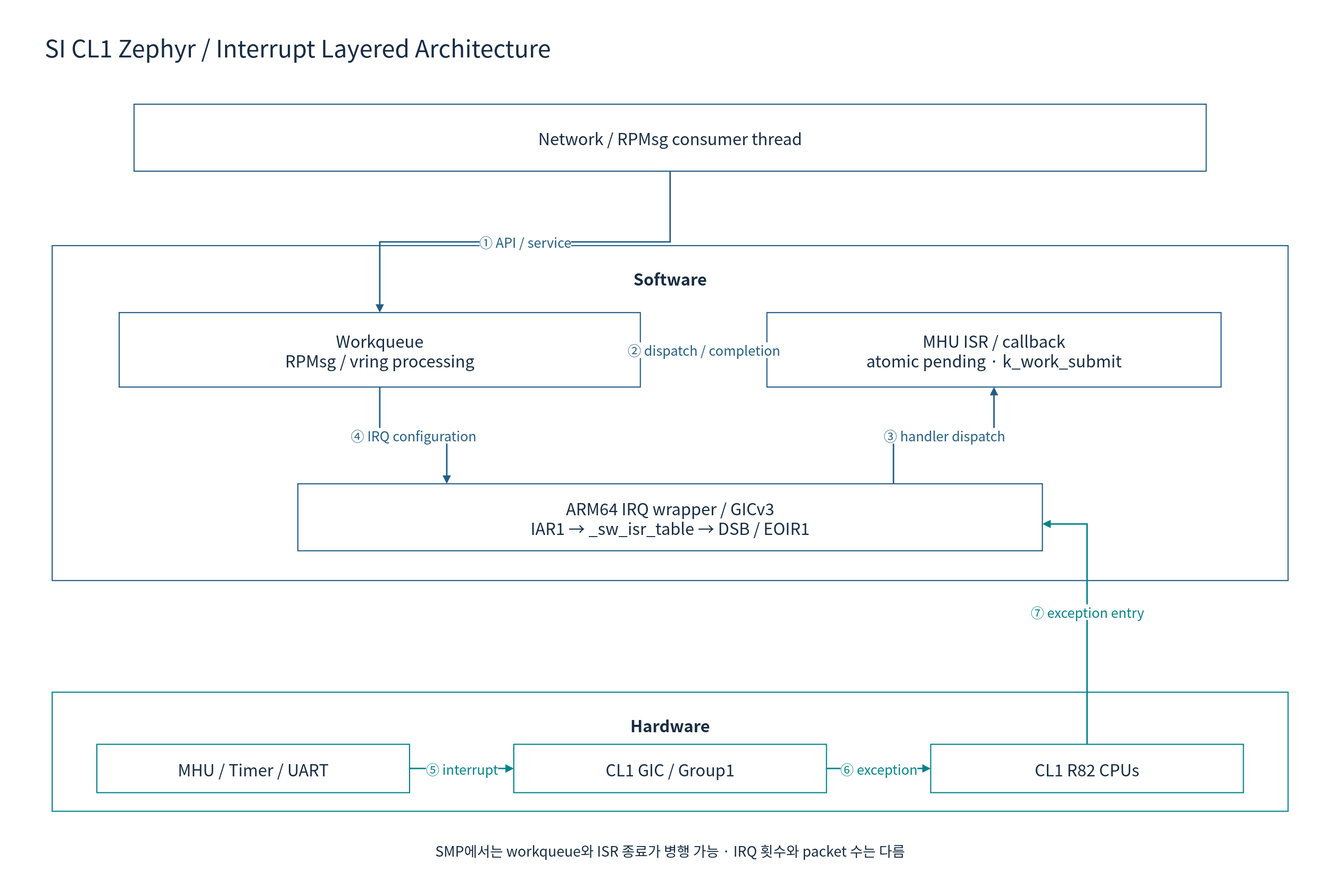
Earlier version of the draw.io export doc/phase1/interrupt/diagrams/08f-zephyr-software.drawio.svg (cometzero/project-apollo). Source tidied: cells renumbered, new cells last; positions are measured from the earlier drawing's top-left corner, leaving out a move shared by most shapes.
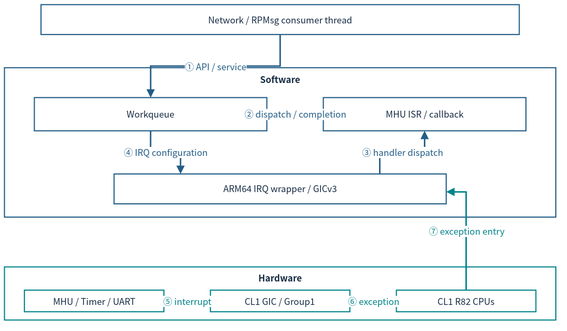
After the commit.

Diff of the diagram source:
```diff
@@ -2,62 +2,53 @@
   <root>
     <mxCell id="0" />
     <mxCell id="1" parent="0" />
-    <mxCell id="2" style="rounded=0;whiteSpace=wrap;html=1;fillColor=#FFFFFF;strokeColor=none;strokeWidth=1.5;fontColor=#172C43;fontFamily=Noto Sans CJK KR;fontSize=22;spacing=10;" parent="1" vertex="1">
-      <mxGeometry width="1800" height="1180" as="geometry" />
-    </mxCell>
-    <mxCell id="3" value="SI CL1 Zephyr / Interrupt Layered Architecture" style="rounded=0;whiteSpace=wrap;html=1;fillColor=#FFFFFF;strokeColor=none;strokeWidth=1.5;fontColor=#172C43;fontFamily=Noto Sans CJK KR;fontSize=22;spacing=10;fontSize=32;align=left;" parent="1" vertex="1">
-      <mxGeometry x="50" y="30" width="1700" height="65" as="geometry" />
-    </mxCell>
-    <mxCell id="4" value="Network / RPMsg consumer thread" style="rounded=0;whiteSpace=wrap;html=1;fillColor=#FFFFFF;strokeColor=#235D86;strokeWidth=1.5;fontColor=#172C43;fontFamily=Noto Sans CJK KR;fontSize=22;spacing=10;" parent="1" vertex="1">
-      <mxGeometry x="180" y="140" width="1440" height="90" as="geometry" />
+    <mxCell id="4" value="Network / RPMsg consumer thread" style="rounded=0;whiteSpace=wrap;html=1;fillColor=#FFFFFF;strokeColor=#235D86;strokeWidth=1.5;fontColor=#172C43;fontFamily=Noto Sans CJK KR;fontSize=12;spacing=3;whiteSpace=wrap;" parent="1" vertex="1">
+      <mxGeometry x="61" y="12" width="641.9" height="40.1" as="geometry" />
     </mxCell>
-    <mxCell id="5" value="Software" style="rounded=0;whiteSpace=wrap;html=1;fillColor=#FFFFFF;strokeColor=#235D86;strokeWidth=1.5;fontColor=#172C43;fontFamily=Noto Sans CJK KR;fontSize=22;spacing=10;verticalAlign=top;fontStyle=1;spacingTop=16;" parent="1" vertex="1">
-      <mxGeometry x="70" y="330" width="1660" height="450" as="geometry" />
+    <mxCell id="5" value="Software" style="rounded=0;whiteSpace=wrap;html=1;fillColor=#FFFFFF;strokeColor=#235D86;strokeWidth=1.5;fontColor=#172C43;fontFamily=Noto Sans CJK KR;verticalAlign=top;fontStyle=1;fontSize=12;spacing=3;whiteSpace=wrap;" parent="1" vertex="1">
+      <mxGeometry x="12" y="96.7" width="740" height="200.6" as="geometry" />
     </mxCell>
-    <mxCell id="6" value="Workqueue&#10;RPMsg / vring processing" style="rounded=0;whiteSpace=wrap;html=1;fillColor=#FFFFFF;strokeColor=#235D86;strokeWidth=1.5;fontColor=#172C43;fontFamily=Noto Sans CJK KR;fontSize=22;spacing=10;" parent="1" vertex="1">
-      <mxGeometry x="160" y="420" width="700" height="100" as="geometry" />
+    <mxCell id="6" value="Workqueue" style="rounded=0;whiteSpace=wrap;html=1;fillColor=#FFFFFF;strokeColor=#235D86;strokeWidth=1.5;fontColor=#172C43;fontFamily=Noto Sans CJK KR;fontSize=12;spacing=3;whiteSpace=wrap;" parent="1" vertex="1">
+      <mxGeometry x="52.1" y="136.8" width="312.1" height="44.6" as="geometry" />
     </mxCell>
-    <mxCell id="7" value="MHU ISR / callback&#10;atomic pending · k_work_submit" style="rounded=0;whiteSpace=wrap;html=1;fillColor=#FFFFFF;strokeColor=#235D86;strokeWidth=1.5;fontColor=#172C43;fontFamily=Noto Sans CJK KR;fontSize=22;spacing=10;" parent="1" vertex="1">
-      <mxGeometry x="1030" y="420" width="610" height="100" as="geometry" />
+    <mxCell id="7" value="MHU ISR / callback" style="rounded=0;whiteSpace=wrap;html=1;fillColor=#FFFFFF;strokeColor=#235D86;strokeWidth=1.5;fontColor=#172C43;fontFamily=Noto Sans CJK KR;fontSize=12;spacing=3;whiteSpace=wrap;" parent="1" vertex="1">
+      <mxGeometry x="439.9" y="136.8" width="271.9" height="44.6" as="geometry" />
     </mxCell>
-    <mxCell id="8" value="ARM64 IRQ wrapper / GICv3&#10;IAR1 → _sw_isr_table → DSB / EOIR1" style="rounded=0;whiteSpace=wrap;html=1;fillColor=#FFFFFF;strokeColor=#235D86;strokeWidth=1.5;fontColor=#172C43;fontFamily=Noto Sans CJK KR;fontSize=22;spacing=10;" parent="1" vertex="1">
-      <mxGeometry x="400" y="650" width="1000" height="90" as="geometry" />
+    <mxCell id="8" value="ARM64 IRQ wrapper / GICv3" style="rounded=0;whiteSpace=wrap;html=1;fillColor=#FFFFFF;strokeColor=#235D86;strokeWidth=1.5;fontColor=#172C43;fontFamily=Noto Sans CJK KR;fontSize=12;spacing=3;whiteSpace=wrap;" parent="1" vertex="1">
+      <mxGeometry x="159.1" y="239.3" width="445.8" height="40.1" as="geometry" />
     </mxCell>
-    <mxCell id="9" value="① API / service" style="edgeStyle=orthogonalEdgeStyle;rounded=0;html=1;endArrow=block;endFill=1;strokeWidth=2;strokeColor=#235D86;fontColor=#235D86;fontFamily=Noto Sans CJK KR;fontSize=18;labelBackgroundColor=#FFFFFF;" parent="1" edge="1" source="4" target="6">
+    <mxCell id="9" value="① API / service" style="edgeStyle=orthogonalEdgeStyle;rounded=0;html=1;endArrow=block;endFill=1;strokeWidth=2;strokeColor=#235D86;fontColor=#235D86;fontFamily=Noto Sans CJK KR;labelBackgroundColor=#FFFFFF;fontSize=12;spacing=3;whiteSpace=nowrap;" parent="1" edge="1" source="4" target="6">
       <mxGeometry relative="1" as="geometry" />
     </mxCell>
-    <mxCell id="10" value="② dispatch / completion" style="edgeStyle=orthogonalEdgeStyle;rounded=0;html=1;endArrow=block;endFill=1;strokeWidth=2;strokeColor=#235D86;fontColor=#235D86;fontFamily=Noto Sans CJK KR;fontSize=18;labelBackgroundColor=#FFFFFF;" parent="1" edge="1" source="7" target="6">
+    <mxCell id="10" value="② dispatch / completion" style="edgeStyle=orthogonalEdgeStyle;rounded=0;html=1;endArrow=block;endFill=1;strokeWidth=2;strokeColor=#235D86;fontColor=#235D86;fontFamily=Noto Sans CJK KR;labelBackgroundColor=#FFFFFF;fontSize=12;spacing=3;whiteSpace=nowrap;" parent="1" edge="1" source="7" target="6">
       <mxGeometry relative="1" as="geometry" />
     </mxCell>
-    <mxCell id="11" value="③ handler dispatch" style="edgeStyle=orthogonalEdgeStyle;rounded=0;html=1;endArrow=block;endFill=1;strokeWidth=2;strokeColor=#235D86;fontColor=#235D86;fontFamily=Noto Sans CJK KR;fontSize=18;labelBackgroundColor=#FFFFFF;exitX=0.8;exitY=0;entryX=0.5;entryY=1;" parent="1" edge="1" source="8" target="7">
+    <mxCell id="11" value="③ handler dispatch" style="edgeStyle=orthogonalEdgeStyle;rounded=0;html=1;endArrow=block;endFill=1;strokeWidth=2;strokeColor=#235D86;fontColor=#235D86;fontFamily=Noto Sans CJK KR;labelBackgroundColor=#FFFFFF;exitX=0.8;exitY=0;entryX=0.5;entryY=1;fontSize=12;spacing=3;whiteSpace=nowrap;" parent="1" edge="1" source="8" target="7">
       <mxGeometry relative="1" as="geometry" />
     </mxCell>
-    <mxCell id="12" value="④ IRQ configuration" style="edgeStyle=orthogonalEdgeStyle;rounded=0;html=1;endArrow=block;endFill=1;strokeWidth=2;strokeColor=#235D86;fontColor=#235D86;fontFamily=Noto Sans CJK KR;fontSize=18;labelBackgroundColor=#FFFFFF;exitX=0.5;exitY=1;entryX=0.2;entryY=0;" parent="1" edge="1" source="6" target="8">
+    <mxCell id="12" value="④ IRQ configuration" style="edgeStyle=orthogonalEdgeStyle;rounded=0;html=1;endArrow=block;endFill=1;strokeWidth=2;strokeColor=#235D86;fontColor=#235D86;fontFamily=Noto Sans CJK KR;labelBackgroundColor=#FFFFFF;exitX=0.5;exitY=1;entryX=0.2;entryY=0;fontSize=12;spacing=3;whiteSpace=nowrap;" parent="1" edge="1" source="6" target="8">
       <mxGeometry relative="1" as="geometry" />
     </mxCell>
-    <mxCell id="13" value="Hardware" style="rounded=0;whiteSpace=wrap;html=1;fillColor=#FFFFFF;strokeColor=#00838A;strokeWidth=1.5;fontColor=#172C43;fontFamily=Noto Sans CJK KR;fontSize=22;spacing=10;verticalAlign=top;fontStyle=1;spacingTop=16;" parent="1" vertex="1">
-      <mxGeometry x="70" y="930" width="1660" height="160" as="geometry" />
+    <mxCell id="13" value="Hardware" style="rounded=0;whiteSpace=wrap;html=1;fillColor=#FFFFFF;strokeColor=#00838A;strokeWidth=1.5;fontColor=#172C43;fontFamily=Noto Sans CJK KR;verticalAlign=top;fontStyle=1;fontSize=12;spacing=3;whiteSpace=wrap;" parent="1" vertex="1">
+      <mxGeometry x="12" y="364.2" width="740" height="71.3" as="geometry" />
     </mxCell>
-    <mxCell id="14" value="MHU / Timer / UART" style="rounded=0;whiteSpace=wrap;html=1;fillColor=#FFFFFF;strokeColor=#00838A;strokeWidth=1.5;fontColor=#172C43;fontFamily=Noto Sans CJK KR;fontSize=22;spacing=10;" parent="1" vertex="1">
-      <mxGeometry x="130" y="1000" width="420" height="65" as="geometry" />
+    <mxCell id="14" value="MHU / Timer / UART" style="rounded=0;whiteSpace=wrap;html=1;fillColor=#FFFFFF;strokeColor=#00838A;strokeWidth=1.5;fontColor=#172C43;fontFamily=Noto Sans CJK KR;fontSize=12;spacing=3;whiteSpace=wrap;" parent="1" vertex="1">
+      <mxGeometry x="38.8" y="395.4" width="187.2" height="29" as="geometry" />
     </mxCell>
-    <mxCell id="15" value="CL1 GIC / Group1" style="rounded=0;whiteSpace=wrap;html=1;fillColor=#FFFFFF;strokeColor=#00838A;strokeWidth=1.5;fontColor=#172C43;fontFamily=Noto Sans CJK KR;fontSize=22;spacing=10;" parent="1" vertex="1">
-      <mxGeometry x="690" y="1000" width="420" height="65" as="geometry" />
+    <mxCell id="15" value="CL1 GIC / Group1" style="rounded=0;whiteSpace=wrap;html=1;fillColor=#FFFFFF;strokeColor=#00838A;strokeWidth=1.5;fontColor=#172C43;fontFamily=Noto Sans CJK KR;fontSize=12;spacing=3;whiteSpace=wrap;" parent="1" vertex="1">
+      <mxGeometry x="288.4" y="395.4" width="187.2" height="29" as="geometry" />
     </mxCell>
-    <mxCell id="16" value="CL1 R82 CPUs" style="rounded=0;whiteSpace=wrap;html=1;fillColor=#FFFFFF;strokeColor=#00838A;strokeWidth=1.5;fontColor=#172C43;fontFamily=Noto Sans CJK KR;fontSize=22;spacing=10;" parent="1" vertex="1">
-      <mxGeometry x="1250" y="1000" width="420" height="65" as="geometry" />
+    <mxCell id="16" value="CL1 R82 CPUs" style="rounded=0;whiteSpace=wrap;html=1;fillColor=#FFFFFF;strokeColor=#00838A;strokeWidth=1.5;fontColor=#172C43;fontFamily=Noto Sans CJK KR;fontSize=12;spacing=3;whiteSpace=wrap;" parent="1" vertex="1">
+      <mxGeometry x="538" y="395.4" width="187.2" height="29" as="geometry" />
     </mxCell>
-    <mxCell id="17" value="⑤ interrupt" style="edgeStyle=orthogonalEdgeStyle;rounded=0;html=1;endArrow=block;endFill=1;strokeWidth=2;strokeColor=#00838A;fontColor=#00838A;fontFamily=Noto Sans CJK KR;fontSize=18;labelBackgroundColor=#FFFFFF;" parent="1" edge="1" source="14" target="15">
+    <mxCell id="17" value="⑤ interrupt" style="edgeStyle=orthogonalEdgeStyle;rounded=0;html=1;endArrow=block;endFill=1;strokeWidth=2;strokeColor=#00838A;fontColor=#00838A;fontFamily=Noto Sans CJK KR;labelBackgroundColor=#FFFFFF;fontSize=12;spacing=3;whiteSpace=nowrap;" parent="1" edge="1" source="14" target="15">
       <mxGeometry relative="1" as="geometry" />
     </mxCell>
-    <mxCell id="18" value="⑥ exception" style="edgeStyle=orthogonalEdgeStyle;rounded=0;html=1;endArrow=block;endFill=1;strokeWidth=2;strokeColor=#00838A;fontColor=#00838A;fontFamily=Noto Sans CJK KR;fontSize=18;labelBackgroundColor=#FFFFFF;" parent="1" edge="1" source="15" target="16">
+    <mxCell id="18" value="⑥ exception" style="edgeStyle=orthogonalEdgeStyle;rounded=0;html=1;endArrow=block;endFill=1;strokeWidth=2;strokeColor=#00838A;fontColor=#00838A;fontFamily=Noto Sans CJK KR;labelBackgroundColor=#FFFFFF;fontSize=12;spacing=3;whiteSpace=nowrap;" parent="1" edge="1" source="15" target="16">
       <mxGeometry relative="1" as="geometry" />
     </mxCell>
-    <mxCell id="19" value="⑦ exception entry" style="edgeStyle=orthogonalEdgeStyle;rounded=0;html=1;endArrow=block;endFill=1;strokeWidth=2;strokeColor=#00838A;fontColor=#00838A;fontFamily=Noto Sans CJK KR;fontSize=18;labelBackgroundColor=#FFFFFF;exitX=0.5;exitY=0;entryX=1;entryY=0.6;" parent="1" edge="1" source="16" target="8">
+    <mxCell id="19" value="⑦ exception entry" style="edgeStyle=orthogonalEdgeStyle;rounded=0;html=1;endArrow=block;endFill=1;strokeWidth=2;strokeColor=#00838A;fontColor=#00838A;fontFamily=Noto Sans CJK KR;labelBackgroundColor=#FFFFFF;exitX=0.5;exitY=0;entryX=1;entryY=0.6;fontSize=12;spacing=3;whiteSpace=nowrap;" parent="1" edge="1" source="16" target="8">
       <mxGeometry relative="1" as="geometry" />
     </mxCell>
-    <mxCell id="20" value="SMP에서는 workqueue와 ISR 종료가 병행 가능 · IRQ 횟수와 packet 수는 다름" style="rounded=0;whiteSpace=wrap;html=1;fillColor=#FFFFFF;strokeColor=none;strokeWidth=1.5;fontColor=#172C43;fontFamily=Noto Sans CJK KR;fontSize=22;spacing=10;fontSize=19;" parent="1" vertex="1">
-      <mxGeometry x="70" y="1120" width="1660" height="45" as="geometry" />
-    </mxCell>
   </root>
 </mxGraphModel>
```
